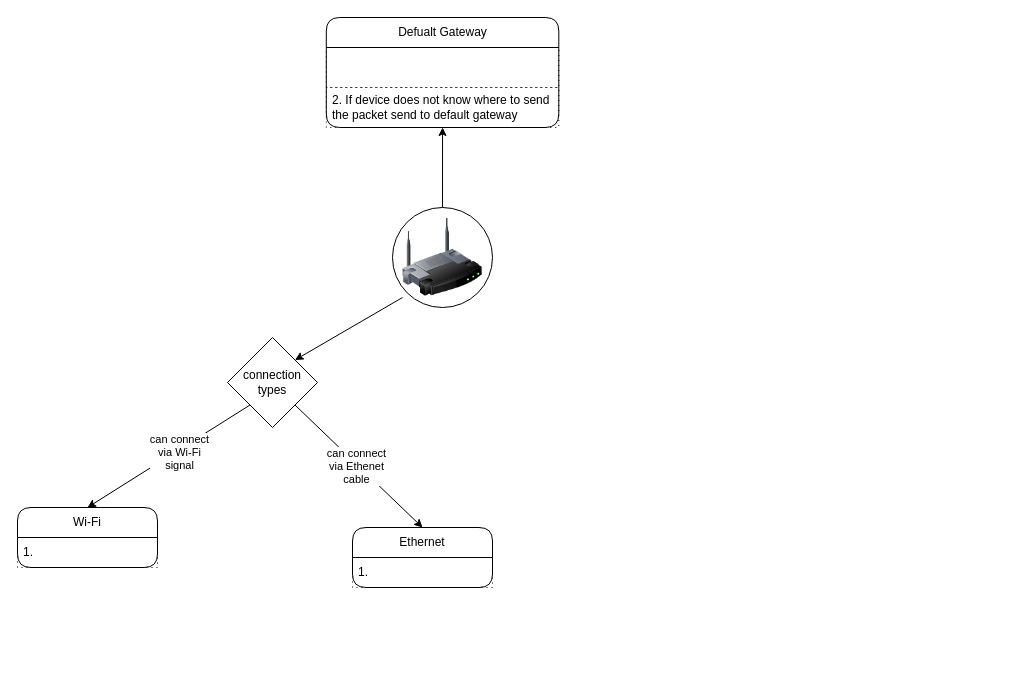
Before: computer-networking/networking-devices/router/router.dio in knkrn5/Programming-Concepts, a draw.io diagram. Source tidied: cells renumbered, new cells numbered last; positions are measured from the earlier drawing's top-left corner, leaving out a move shared by most shapes. Both pictures are drawn from the tidied source at 100%, with x=0, y=0 at pixel (17, 17).
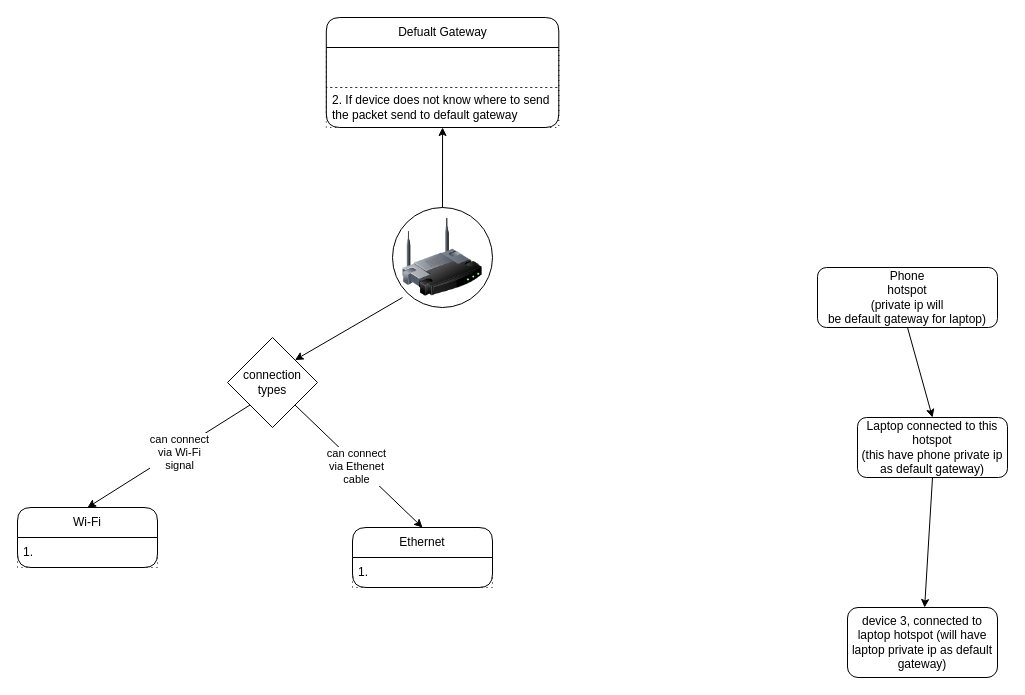
The same diagram, later.

The edit, as a diff of the source:
```diff
@@
+    <mxCell id="19" style="edgeStyle=none;html=1;exitX=0.5;exitY=1;exitDx=0;exitDy=0;entryX=0.5;entryY=0;entryDx=0;entryDy=0;" parent="1" edge="1" source="20" target="22">
+      <mxGeometry relative="1" as="geometry" />
+    </mxCell>
+    <mxCell id="20" value="Phone&lt;div&gt;hotspot&lt;/div&gt;&lt;div&gt;(private ip will&lt;/div&gt;&lt;div&gt;be default gateway for laptop)&lt;/div&gt;" style="rounded=1;whiteSpace=wrap;html=1;" parent="1" vertex="1">
+      <mxGeometry x="800" y="250" width="180" height="60" as="geometry" />
+    </mxCell>
+    <mxCell id="21" style="edgeStyle=none;html=1;exitX=0.5;exitY=1;exitDx=0;exitDy=0;" parent="1" edge="1" source="22" target="23">
+      <mxGeometry relative="1" as="geometry" />
+    </mxCell>
+    <mxCell id="22" value="Laptop connected to this hotspot&lt;div&gt;(this have phone private ip as default gateway)&lt;/div&gt;" style="rounded=1;whiteSpace=wrap;html=1;" parent="1" vertex="1">
+      <mxGeometry x="840" y="400" width="150" height="60" as="geometry" />
+    </mxCell>
+    <mxCell id="23" value="device 3, connected to laptop hotspot (will have laptop private ip as default gateway)" style="rounded=1;whiteSpace=wrap;html=1;" parent="1" vertex="1">
+      <mxGeometry x="830" y="590" width="150" height="70" as="geometry" />
+    </mxCell>
```
